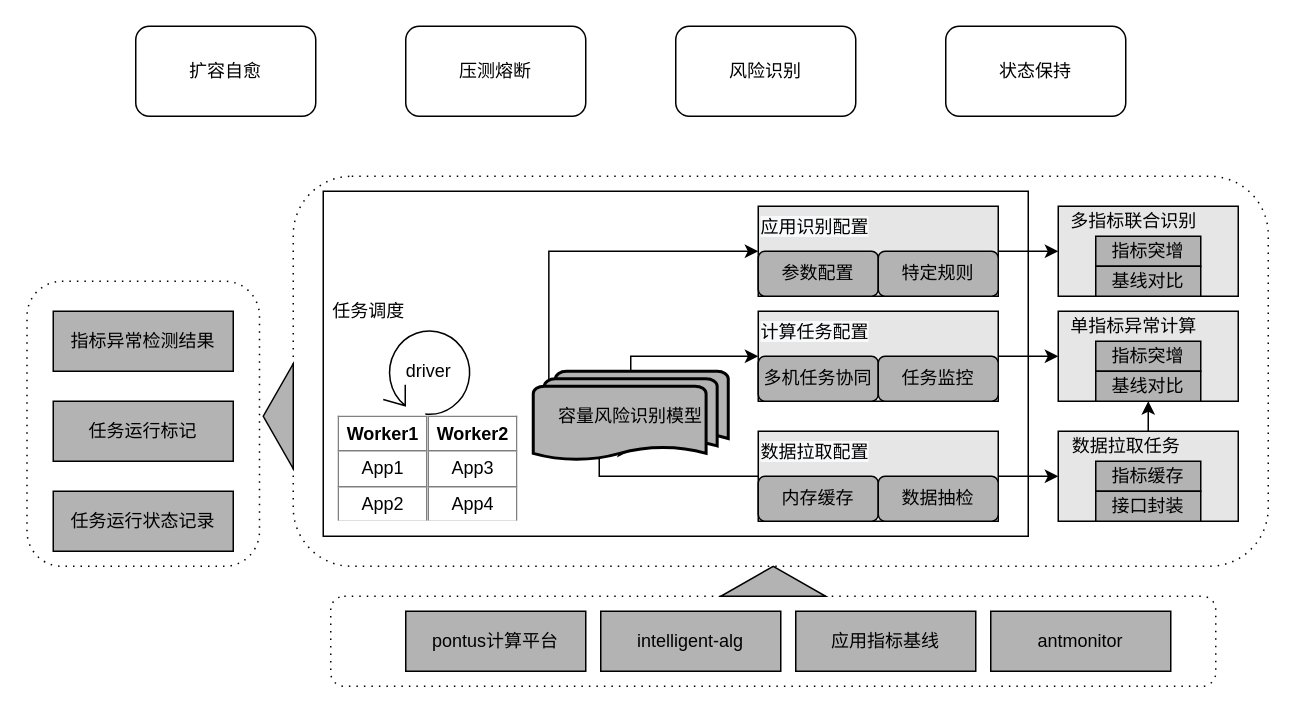
This is 蚂蚁金服/容量/容量计算框架.drawio from frankneu/draw.io, a draw.io file, before an edit. Source tidied: cells renumbered, new cells numbered last; positions are measured from the earlier drawing's top-left corner, leaving out a move shared by most shapes. Both pictures are drawn from the tidied source at 150%, with x=0, y=0 at pixel (26, 26).
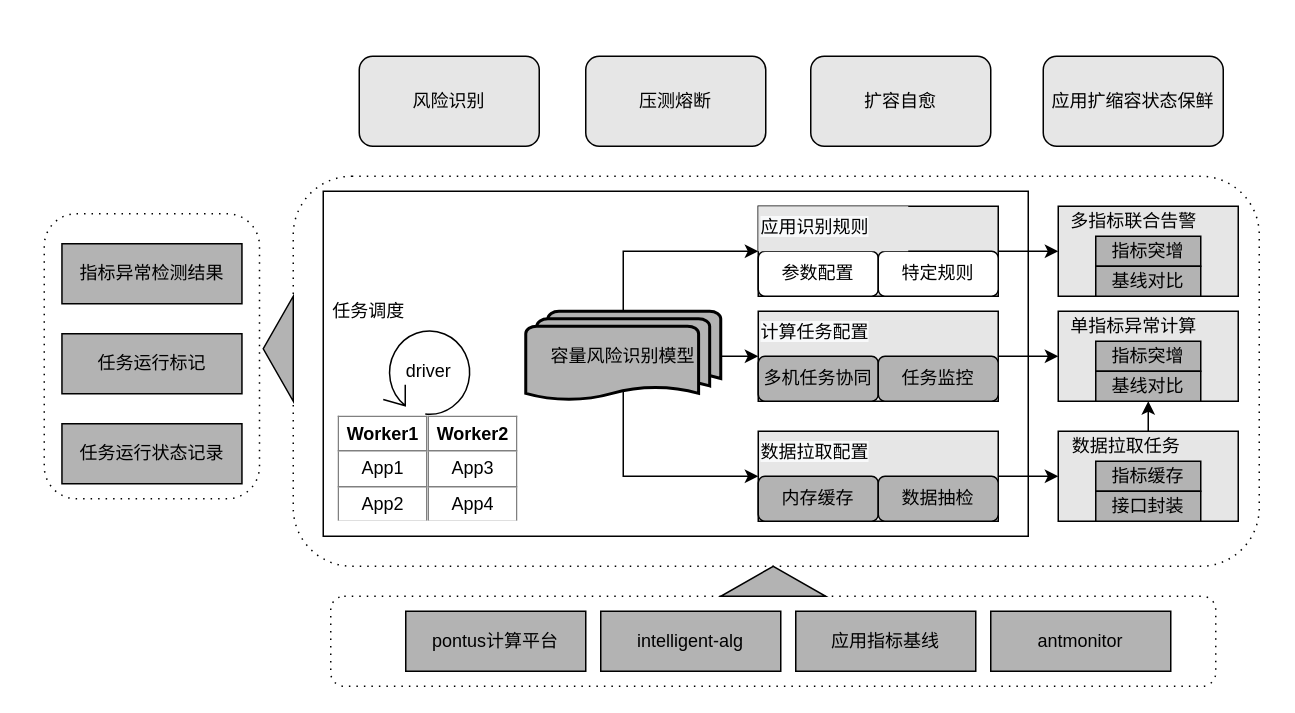
After the change.

Commit message:
Update 容量计算框架.drawio

Unchanged cells that the change refers to:
```xml
<mxCell id="12" style="rounded=0;whiteSpace=wrap;html=1;fillColor=#E6E6E6;" parent="1" vertex="1">
  <mxGeometry x="488" y="190" width="160" height="60" as="geometry" />
</mxCell>
<mxCell id="14" style="rounded=0;whiteSpace=wrap;html=1;fillColor=#E6E6E6;" parent="1" vertex="1">
  <mxGeometry x="488" y="270" width="160" height="60" as="geometry" />
</mxCell>
<mxCell id="37" value="&lt;span style=&quot;color: rgb(0, 0, 0); font-family: helvetica; font-size: 12px; font-style: normal; font-weight: 400; letter-spacing: normal; text-align: center; text-indent: 0px; text-transform: none; word-spacing: 0px; background-color: rgb(248, 249, 250); display: inline; float: none;&quot;&gt;计算任务配置&lt;/span&gt;" style="text;whiteSpace=wrap;html=1;" parent="1" vertex="1">
  <mxGeometry x="488" y="190" width="100" height="30" as="geometry" />
</mxCell>
<mxCell id="38" value="&lt;span style=&quot;color: rgb(0, 0, 0); font-family: helvetica; font-size: 12px; font-style: normal; font-weight: 400; letter-spacing: normal; text-align: center; text-indent: 0px; text-transform: none; word-spacing: 0px; background-color: rgb(248, 249, 250); display: inline; float: none;&quot;&gt;数据拉取配置&lt;/span&gt;" style="text;whiteSpace=wrap;html=1;" parent="1" vertex="1">
  <mxGeometry x="488" y="270" width="100" height="30" as="geometry" />
</mxCell>
```

Diff of the diagram source:
```diff
@@
     <mxCell id="2" style="shape=ext;rounded=1;html=1;whiteSpace=wrap;dashed=1;dashPattern=1 4;" parent="1" vertex="1">
-      <mxGeometry x="0.5" y="170" width="155" height="190" as="geometry" />
+      <mxGeometry x="12" y="125" width="143.5" height="190" as="geometry" />
     </mxCell>
     <mxCell id="3" style="shape=ext;rounded=1;html=1;whiteSpace=wrap;dashed=1;dashPattern=1 4;" parent="1" vertex="1">
-      <mxGeometry x="178" y="100" width="650" height="260" as="geometry" />
+      <mxGeometry x="178" y="100" width="644" height="260" as="geometry" />
     </mxCell>
@@
     <mxCell id="11" value="任务运行标记" style="rounded=0;whiteSpace=wrap;html=1;fillColor=#B3B3B3;" parent="1" vertex="1">
-      <mxGeometry x="18" y="250" width="120" height="40" as="geometry" />
+      <mxGeometry x="23.8" y="205" width="120" height="40" as="geometry" />
     </mxCell>
@@
-    <mxCell id="13" style="edgeStyle=orthogonalEdgeStyle;rounded=0;jettySize=auto;html=1;exitX=0;exitY=0.5;exitDx=0;exitDy=0;entryX=0.5;entryY=0.88;entryDx=0;entryDy=0;entryPerimeter=0;fillColor=#E6E6E6;" parent="1" edge="1" source="14" target="24">
-      <mxGeometry relative="1" as="geometry">
-        <Array as="points">
-          <mxPoint x="382" y="300" />
-        </Array>
-      </mxGeometry>
-    </mxCell>
@@
     <mxCell id="21" style="html=1;shadow=0;dashed=0;align=center;verticalAlign=middle;shape=mxgraph.arrows2.arrow;dy=0.6;dx=40;direction=north;notch=0;fillColor=#B3B3B3;rotation=-90;" parent="1" vertex="1">
-      <mxGeometry x="133" y="250" width="70" height="20" as="geometry" />
+      <mxGeometry x="133" y="205" width="70" height="20" as="geometry" />
     </mxCell>
-    <mxCell id="22" style="edgeStyle=orthogonalEdgeStyle;rounded=0;jettySize=auto;html=1;exitX=0.5;exitY=0;exitDx=0;exitDy=0;exitPerimeter=0;entryX=0;entryY=0.5;entryDx=0;entryDy=0;fillColor=#E6E6E6;" parent="1" edge="1" source="24" target="12">
-      <mxGeometry relative="1" as="geometry">
-        <Array as="points">
-          <mxPoint x="403" y="220" />
-        </Array>
-      </mxGeometry>
-    </mxCell>
-    <mxCell id="23" style="rounded=0;jettySize=auto;html=1;exitX=0.08;exitY=0.1;exitDx=0;exitDy=0;exitPerimeter=0;entryX=0;entryY=1;entryDx=0;entryDy=0;edgeStyle=orthogonalEdgeStyle;" parent="1" edge="1" source="24" target="50">
-      <mxGeometry relative="1" as="geometry">
-        <Array as="points">
-          <mxPoint x="348" y="150" />
-        </Array>
-      </mxGeometry>
-    </mxCell>
+    <mxCell id="55" style="edgeStyle=orthogonalEdgeStyle;rounded=0;jettySize=auto;html=1;exitX=1;exitY=0.5;exitDx=0;exitDy=0;exitPerimeter=0;entryX=0;entryY=1;entryDx=0;entryDy=0;" parent="1" edge="1" source="24" target="37">
+      <mxGeometry relative="1" as="geometry" />
+    </mxCell>
+    <mxCell id="56" style="edgeStyle=orthogonalEdgeStyle;rounded=0;jettySize=auto;html=1;exitX=0.5;exitY=0;exitDx=0;exitDy=0;exitPerimeter=0;entryX=0;entryY=0;entryDx=0;entryDy=0;" parent="1" edge="1" source="24" target="47">
+      <mxGeometry relative="1" as="geometry">
+        <Array as="points">
+          <mxPoint x="398" y="150" />
+        </Array>
+      </mxGeometry>
+    </mxCell>
+    <mxCell id="57" style="edgeStyle=orthogonalEdgeStyle;rounded=0;jettySize=auto;html=1;exitX=0.5;exitY=0.88;exitDx=0;exitDy=0;exitPerimeter=0;entryX=0;entryY=1;entryDx=0;entryDy=0;" parent="1" edge="1" source="24" target="38">
+      <mxGeometry relative="1" as="geometry">
+        <Array as="points">
+          <mxPoint x="398" y="300" />
+        </Array>
+      </mxGeometry>
+    </mxCell>
     <mxCell id="24" value="容量风险识别模型" style="strokeWidth=2;html=1;shape=mxgraph.flowchart.multi-document;whiteSpace=wrap;fillColor=#B3B3B3;" parent="1" vertex="1">
-      <mxGeometry x="338" y="230" width="130" height="60" as="geometry" />
+      <mxGeometry x="333" y="190" width="130" height="60" as="geometry" />
     </mxCell>
@@
     <mxCell id="39" value="任务运行状态记录" style="rounded=0;whiteSpace=wrap;html=1;fillColor=#B3B3B3;" parent="1" vertex="1">
-      <mxGeometry x="18" y="310" width="120" height="40" as="geometry" />
+      <mxGeometry x="23.8" y="265" width="120" height="40" as="geometry" />
     </mxCell>
     <mxCell id="40" value="指标异常检测结果" style="rounded=0;whiteSpace=wrap;html=1;fillColor=#B3B3B3;" parent="1" vertex="1">
-      <mxGeometry x="18" y="190" width="120" height="40" as="geometry" />
+      <mxGeometry x="23.8" y="145" width="120" height="40" as="geometry" />
     </mxCell>
@@
-    <mxCell id="42" value="扩容自愈" style="rounded=1;whiteSpace=wrap;html=1;" parent="1" vertex="1">
-      <mxGeometry x="73" width="120" height="60" as="geometry" />
+    <mxCell id="42" value="&lt;span&gt;风险识别&lt;/span&gt;" style="rounded=1;whiteSpace=wrap;html=1;fillColor=#E6E6E6;" parent="1" vertex="1">
+      <mxGeometry x="222" y="20" width="120" height="60" as="geometry" />
     </mxCell>
-    <mxCell id="43" value="压测熔断" style="rounded=1;whiteSpace=wrap;html=1;" parent="1" vertex="1">
-      <mxGeometry x="253" width="120" height="60" as="geometry" />
+    <mxCell id="43" value="压测熔断" style="rounded=1;whiteSpace=wrap;html=1;fillColor=#E6E6E6;" parent="1" vertex="1">
+      <mxGeometry x="373" y="20" width="120" height="60" as="geometry" />
     </mxCell>
-    <mxCell id="44" value="风险识别" style="rounded=1;whiteSpace=wrap;html=1;" parent="1" vertex="1">
-      <mxGeometry x="433" width="120" height="60" as="geometry" />
+    <mxCell id="44" value="扩容自愈" style="rounded=1;whiteSpace=wrap;html=1;fillColor=#E6E6E6;" parent="1" vertex="1">
+      <mxGeometry x="523" y="20" width="120" height="60" as="geometry" />
     </mxCell>
-    <mxCell id="45" value="状态保持" style="rounded=1;whiteSpace=wrap;html=1;" parent="1" vertex="1">
-      <mxGeometry x="613" width="120" height="60" as="geometry" />
+    <mxCell id="45" value="应用扩缩容状态保鲜" style="rounded=1;whiteSpace=wrap;html=1;fillColor=#E6E6E6;" parent="1" vertex="1">
+      <mxGeometry x="678" y="20" width="120" height="60" as="geometry" />
     </mxCell>
@@
-    <mxCell id="47" value="参数配置" style="rounded=1;whiteSpace=wrap;html=1;fillColor=#B3B3B3;" parent="1" vertex="1">
+    <mxCell id="47" value="参数配置" style="rounded=1;whiteSpace=wrap;html=1;fillColor=#FFFFFF;" parent="1" vertex="1">
       <mxGeometry x="488" y="150" width="80" height="30" as="geometry" />
     </mxCell>
@@
-    <mxCell id="49" value="特定规则" style="rounded=1;whiteSpace=wrap;html=1;fillColor=#B3B3B3;" parent="1" vertex="1">
+    <mxCell id="49" value="特定规则" style="rounded=1;whiteSpace=wrap;html=1;fillColor=#FFFFFF;" parent="1" vertex="1">
       <mxGeometry x="568" y="150" width="80" height="30" as="geometry" />
     </mxCell>
-    <mxCell id="50" value="&lt;span style=&quot;color: rgb(0 , 0 , 0) ; font-family: &amp;#34;helvetica&amp;#34; ; font-size: 12px ; font-style: normal ; font-weight: 400 ; letter-spacing: normal ; text-align: center ; text-indent: 0px ; text-transform: none ; word-spacing: 0px ; background-color: rgb(248 , 249 , 250) ; display: inline ; float: none&quot;&gt;应用识别配置&lt;/span&gt;" style="text;whiteSpace=wrap;html=1;" parent="1" vertex="1">
+    <mxCell id="50" value="&lt;span style=&quot;color: rgb(0 , 0 , 0) ; font-family: &amp;#34;helvetica&amp;#34; ; font-size: 12px ; font-style: normal ; font-weight: 400 ; letter-spacing: normal ; text-align: center ; text-indent: 0px ; text-transform: none ; word-spacing: 0px ; background-color: rgb(248 , 249 , 250) ; display: inline ; float: none&quot;&gt;应用识别规则&lt;/span&gt;" style="text;whiteSpace=wrap;html=1;fillColor=#E6E6E6;" parent="1" vertex="1">
       <mxGeometry x="488" y="120" width="100" height="30" as="geometry" />
     </mxCell>
@@
-    <mxCell id="52" value="&lt;span&gt;多指标联合识别&lt;/span&gt;" style="text;html=1;align=center;verticalAlign=middle;" parent="1" vertex="1">
+    <mxCell id="52" value="&lt;span&gt;多指标联合告警&lt;/span&gt;" style="text;html=1;align=center;verticalAlign=middle;" parent="1" vertex="1">
       <mxGeometry x="688" y="120" width="100" height="20" as="geometry" />
     </mxCell>
```
